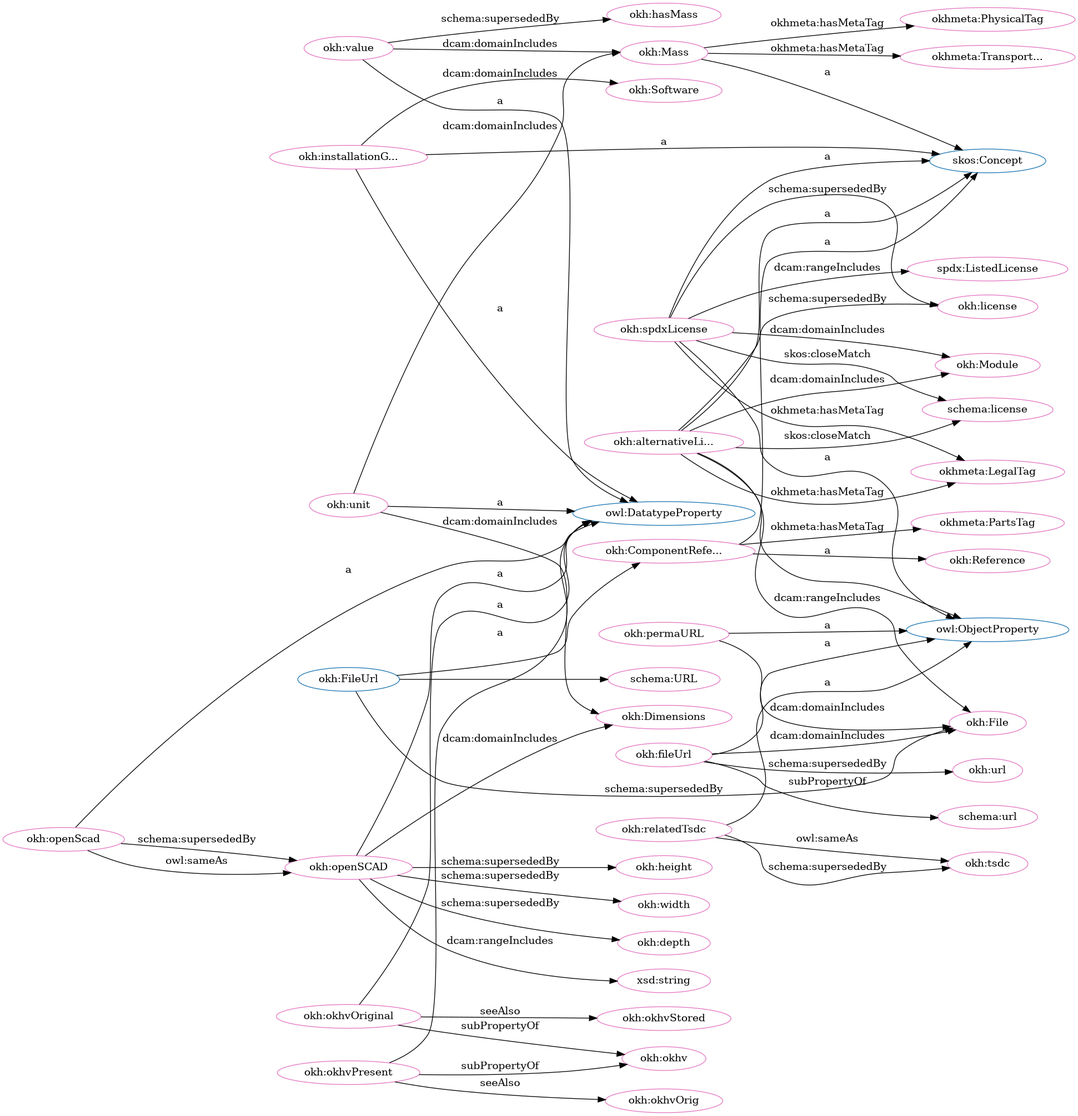
This is src/spec/dot_okh_deprecated.png from iop-alliance/OpenKnowHow, a Graphviz export, as it was before one commit. Its source is kept beside it as src/spec/dot_okh_deprecated.dot.
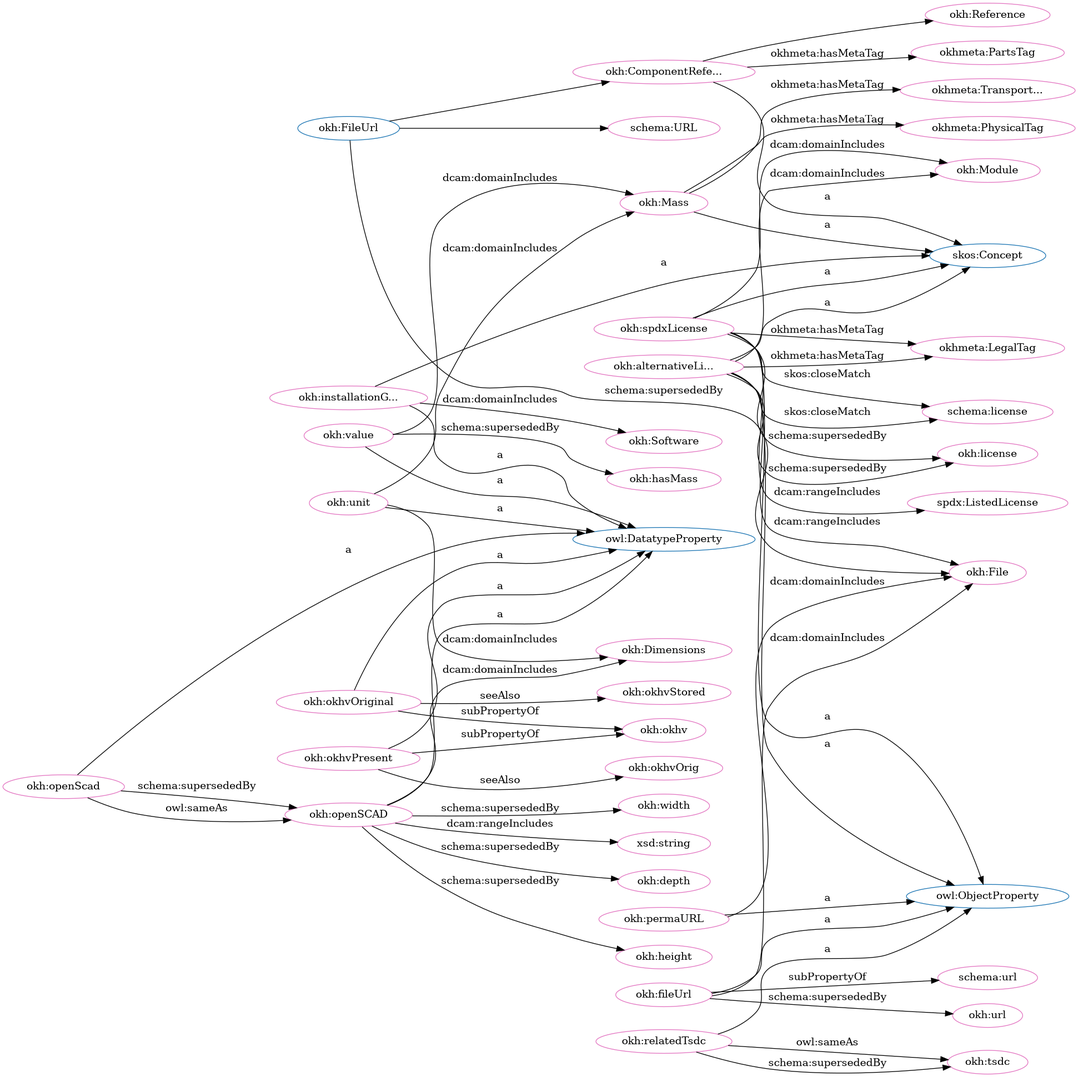
The same diagram one commit later.

Change to the diagram source:
```diff
@@ -1,106 +1,106 @@
 digraph G {
   rankdir=BT
   node[height=.3]
+"http://w3id.org/oseg/ont/okh#FileUrl" [fillcolor="#1f77b4" color="#1f77b4" label="okh:FileUrl"]
 "http://www.w3.org/2002/07/owl#DatatypeProperty" [fillcolor="#1f77b4" color="#1f77b4" label="owl:DatatypeProperty"]
-"http://w3id.org/oseg/ont/okh#Mass" [fillcolor="#1f77b4" color="#1f77b4" label="okh:Mass"]
+"http://schema.org/URL" [fillcolor="#1f77b4" color="#1f77b4" label="schema:URL"]
 "http://w3id.org/oseg/ont/okh#ComponentReference" [fillcolor="#1f77b4" color="#1f77b4" label="okh:ComponentRefe..."]
 "http://www.w3.org/2002/07/owl#ObjectProperty" [fillcolor="#1f77b4" color="#1f77b4" label="owl:ObjectProperty"]
-"http://w3id.org/oseg/ont/okh#FileUrl" [fillcolor="#1f77b4" color="#1f77b4" label="okh:FileUrl"]
-"http://schema.org/URL" [fillcolor="#1f77b4" color="#1f77b4" label="schema:URL"]
+"http://w3id.org/oseg/ont/okh#Mass" [fillcolor="#1f77b4" color="#1f77b4" label="okh:Mass"]
+"http://w3id.org/oseg/ont/okh#Reference" [fillcolor="#1f77b4" color="#1f77b4" label="okh:Reference"]
 "http://www.w3.org/2004/02/skos/core#Concept" [fillcolor="#1f77b4" color="#1f77b4" label="skos:Concept"]
-"http://w3id.org/oseg/ont/okh#Reference" [fillcolor="#1f77b4" color="#1f77b4" label="okh:Reference"]
-"http://w3id.org/oseg/ont/okhmetaTransportationTag" [fillcolor="#e377c2" color="#e377c2" label="okhmeta:Transport..."]
-"http://w3id.org/oseg/ont/okh#alternativeLicense" [fillcolor="#e377c2" color="#e377c2" label="okh:alternativeLi..."]
+"http://w3id.org/oseg/ont/okh#fileUrl" [fillcolor="#e377c2" color="#e377c2" label="okh:fileUrl"]
+"http://w3id.org/oseg/ont/okh#okhvOriginal" [fillcolor="#e377c2" color="#e377c2" label="okh:okhvOriginal"]
+"http://w3id.org/oseg/ont/okhmetaPartsTag" [fillcolor="#e377c2" color="#e377c2" label="okhmeta:PartsTag"]
+"http://spdx.org/rdf/terms#ListedLicense" [fillcolor="#e377c2" color="#e377c2" label="spdx:ListedLicense"]
+"http://w3id.org/oseg/ont/okh#height" [fillcolor="#e377c2" color="#e377c2" label="okh:height"]
+"http://w3id.org/oseg/ont/okh#Dimensions" [fillcolor="#e377c2" color="#e377c2" label="okh:Dimensions"]
 "http://w3id.org/oseg/ont/okh#File" [fillcolor="#e377c2" color="#e377c2" label="okh:File"]
-"http://w3id.org/oseg/ont/okh#tsdc" [fillcolor="#e377c2" color="#e377c2" label="okh:tsdc"]
+"http://w3id.org/oseg/ont/okh#okhv" [fillcolor="#e377c2" color="#e377c2" label="okh:okhv"]
+"http://w3id.org/oseg/ont/okh#Mass" [fillcolor="#e377c2" color="#e377c2" label="okh:Mass"]
+"http://schema.org/url" [fillcolor="#e377c2" color="#e377c2" label="schema:url"]
+"http://www.w3.org/2001/XMLSchema#string" [fillcolor="#e377c2" color="#e377c2" label="xsd:string"]
 "http://w3id.org/oseg/ont/okh#depth" [fillcolor="#e377c2" color="#e377c2" label="okh:depth"]
-"http://w3id.org/oseg/ont/okh#ComponentReference" [fillcolor="#e377c2" color="#e377c2" label="okh:ComponentRefe..."]
-"http://w3id.org/oseg/ont/okh#fileUrl" [fillcolor="#e377c2" color="#e377c2" label="okh:fileUrl"]
-"http://www.w3.org/2001/XMLSchema#string" [fillcolor="#e377c2" color="#e377c2" label="xsd:string"]
-"http://w3id.org/oseg/ont/okhmetaLegalTag" [fillcolor="#e377c2" color="#e377c2" label="okhmeta:LegalTag"]
-"http://w3id.org/oseg/ont/okh#value" [fillcolor="#e377c2" color="#e377c2" label="okh:value"]
-"http://w3id.org/oseg/ont/okh#installationGuide" [fillcolor="#e377c2" color="#e377c2" label="okh:installationG..."]
+"http://schema.org/license" [fillcolor="#e377c2" color="#e377c2" label="schema:license"]
+"http://schema.org/URL" [fillcolor="#e377c2" color="#e377c2" label="schema:URL"]
 "http://w3id.org/oseg/ont/okh#url" [fillcolor="#e377c2" color="#e377c2" label="okh:url"]
-"http://w3id.org/oseg/ont/okh#openSCAD" [fillcolor="#e377c2" color="#e377c2" label="okh:openSCAD"]
-"http://spdx.org/rdf/terms#ListedLicense" [fillcolor="#e377c2" color="#e377c2" label="spdx:ListedLicense"]
-"http://schema.org/license" [fillcolor="#e377c2" color="#e377c2" label="schema:license"]
-"http://w3id.org/oseg/ont/okh#Mass" [fillcolor="#e377c2" color="#e377c2" label="okh:Mass"]
-"http://w3id.org/oseg/ont/okhmetaPartsTag" [fillcolor="#e377c2" color="#e377c2" label="okhmeta:PartsTag"]
-"http://w3id.org/oseg/ont/okh#okhv" [fillcolor="#e377c2" color="#e377c2" label="okh:okhv"]
-"http://w3id.org/oseg/ont/okh#hasMass" [fillcolor="#e377c2" color="#e377c2" label="okh:hasMass"]
-"http://w3id.org/oseg/ont/okh#spdxLicense" [fillcolor="#e377c2" color="#e377c2" label="okh:spdxLicense"]
+"http://w3id.org/oseg/ont/okh#Reference" [fillcolor="#e377c2" color="#e377c2" label="okh:Reference"]
 "http://w3id.org/oseg/ont/okh#relatedTsdc" [fillcolor="#e377c2" color="#e377c2" label="okh:relatedTsdc"]
 "http://w3id.org/oseg/ont/okh#unit" [fillcolor="#e377c2" color="#e377c2" label="okh:unit"]
+"http://w3id.org/oseg/ont/okh#hasMass" [fillcolor="#e377c2" color="#e377c2" label="okh:hasMass"]
+"http://w3id.org/oseg/ont/okh#openSCAD" [fillcolor="#e377c2" color="#e377c2" label="okh:openSCAD"]
+"http://w3id.org/oseg/ont/okh#okhvPresent" [fillcolor="#e377c2" color="#e377c2" label="okh:okhvPresent"]
+"http://w3id.org/oseg/ont/okh#spdxLicense" [fillcolor="#e377c2" color="#e377c2" label="okh:spdxLicense"]
+"http://w3id.org/oseg/ont/okh#installationGuide" [fillcolor="#e377c2" color="#e377c2" label="okh:installationG..."]
+"http://w3id.org/oseg/ont/okhmetaLegalTag" [fillcolor="#e377c2" color="#e377c2" label="okhmeta:LegalTag"]
+"http://w3id.org/oseg/ont/okh#alternativeLicense" [fillcolor="#e377c2" color="#e377c2" label="okh:alternativeLi..."]
+"http://w3id.org/oseg/ont/okh#value" [fillcolor="#e377c2" color="#e377c2" label="okh:value"]
 "http://w3id.org/oseg/ont/okh#Module" [fillcolor="#e377c2" color="#e377c2" label="okh:Module"]
-"http://w3id.org/oseg/ont/okh#Dimensions" [fillcolor="#e377c2" color="#e377c2" label="okh:Dimensions"]
-"http://w3id.org/oseg/ont/okh#height" [fillcolor="#e377c2" color="#e377c2" label="okh:height"]
+"http://w3id.org/oseg/ont/okh#tsdc" [fillcolor="#e377c2" color="#e377c2" label="okh:tsdc"]
+"http://w3id.org/oseg/ont/okhmetaTransportationTag" [fillcolor="#e377c2" color="#e377c2" label="okhmeta:Transport..."]
+"http://w3id.org/oseg/ont/okh#okhvStored" [fillcolor="#e377c2" color="#e377c2" label="okh:okhvStored"]
+"http://w3id.org/oseg/ont/okh#license" [fillcolor="#e377c2" color="#e377c2" label="okh:license"]
+"http://w3id.org/oseg/ont/okhmetaPhysicalTag" [fillcolor="#e377c2" color="#e377c2" label="okhmeta:PhysicalTag"]
+"http://w3id.org/oseg/ont/okh#openScad" [fillcolor="#e377c2" color="#e377c2" label="okh:openScad"]
+"http://w3id.org/oseg/ont/okh#ComponentReference" [fillcolor="#e377c2" color="#e377c2" label="okh:ComponentRefe..."]
+"http://w3id.org/oseg/ont/okh#width" [fillcolor="#e377c2" color="#e377c2" label="okh:width"]
 "http://w3id.org/oseg/ont/okh#Software" [fillcolor="#e377c2" color="#e377c2" label="okh:Software"]
-"http://w3id.org/oseg/ont/okh#okhvStored" [fillcolor="#e377c2" color="#e377c2" label="okh:okhvStored"]
-"http://schema.org/url" [fillcolor="#e377c2" color="#e377c2" label="schema:url"]
-"http://w3id.org/oseg/ont/okh#width" [fillcolor="#e377c2" color="#e377c2" label="okh:width"]
-"http://w3id.org/oseg/ont/okh#Reference" [fillcolor="#e377c2" color="#e377c2" label="okh:Reference"]
-"http://w3id.org/oseg/ont/okh#okhvOriginal" [fillcolor="#e377c2" color="#e377c2" label="okh:okhvOriginal"]
-"http://schema.org/URL" [fillcolor="#e377c2" color="#e377c2" label="schema:URL"]
-"http://w3id.org/oseg/ont/okhmetaPhysicalTag" [fillcolor="#e377c2" color="#e377c2" label="okhmeta:PhysicalTag"]
 "http://w3id.org/oseg/ont/okh#permaURL" [fillcolor="#e377c2" color="#e377c2" label="okh:permaURL"]
-"http://w3id.org/oseg/ont/okh#license" [fillcolor="#e377c2" color="#e377c2" label="okh:license"]
 "http://w3id.org/oseg/ont/okh#okhvOrig" [fillcolor="#e377c2" color="#e377c2" label="okh:okhvOrig"]
-"http://w3id.org/oseg/ont/okh#openScad" [fillcolor="#e377c2" color="#e377c2" label="okh:openScad"]
-"http://w3id.org/oseg/ont/okh#okhvPresent" [fillcolor="#e377c2" color="#e377c2" label="okh:okhvPresent"]
+  "http://w3id.org/oseg/ont/okh#fileUrl" -> "http://www.w3.org/2002/07/owl#ObjectProperty" [label="a"]
+  "http://w3id.org/oseg/ont/okh#okhvOriginal" -> "http://www.w3.org/2002/07/owl#DatatypeProperty" [label="a"]
+  "http://w3id.org/oseg/ont/okh#ComponentReference" -> "http://w3id.org/oseg/ont/okhmetaPartsTag" [label="okhmeta:hasMetaTag"]
+  "http://w3id.org/oseg/ont/okh#spdxLicense" -> "http://spdx.org/rdf/terms#ListedLicense" [label="dcam:rangeIncludes"]
+  "http://w3id.org/oseg/ont/okh#openSCAD" -> "http://w3id.org/oseg/ont/okh#height" [label="schema:supersededBy"]
+  "http://w3id.org/oseg/ont/okh#openSCAD" -> "http://w3id.org/oseg/ont/okh#Dimensions" [label="dcam:domainIncludes"]
+  "http://w3id.org/oseg/ont/okh#alternativeLicense" -> "http://w3id.org/oseg/ont/okh#File" [label="dcam:rangeIncludes"]
+  "http://w3id.org/oseg/ont/okh#okhvOriginal" -> "http://w3id.org/oseg/ont/okh#okhv" [label="subPropertyOf"]
+  "http://w3id.org/oseg/ont/okh#Mass" -> "http://www.w3.org/2004/02/skos/core#Concept" [label="a"]
+  "http://w3id.org/oseg/ont/okh#fileUrl" -> "http://schema.org/url" [label="subPropertyOf"]
+  "http://w3id.org/oseg/ont/okh#openSCAD" -> "http://www.w3.org/2001/XMLSchema#string" [label="dcam:rangeIncludes"]
+  "http://w3id.org/oseg/ont/okh#openSCAD" -> "http://w3id.org/oseg/ont/okh#depth" [label="schema:supersededBy"]
+  "http://w3id.org/oseg/ont/okh#spdxLicense" -> "http://schema.org/license" [label="skos:closeMatch"]
+  "http://w3id.org/oseg/ont/okh#FileUrl" -> "http://schema.org/URL" [label=""]
+  "http://w3id.org/oseg/ont/okh#fileUrl" -> "http://w3id.org/oseg/ont/okh#url" [label="schema:supersededBy"]
+  "http://w3id.org/oseg/ont/okh#ComponentReference" -> "http://w3id.org/oseg/ont/okh#Reference" [label=""]
+  "http://w3id.org/oseg/ont/okh#relatedTsdc" -> "http://www.w3.org/2002/07/owl#ObjectProperty" [label="a"]
+  "http://w3id.org/oseg/ont/okh#unit" -> "http://www.w3.org/2002/07/owl#DatatypeProperty" [label="a"]
+  "http://w3id.org/oseg/ont/okh#permaURL" -> "http://w3id.org/oseg/ont/okh#File" [label="dcam:domainIncludes"]
+  "http://w3id.org/oseg/ont/okh#value" -> "http://w3id.org/oseg/ont/okh#Mass" [label="dcam:domainIncludes"]
+  "http://w3id.org/oseg/ont/okh#value" -> "http://w3id.org/oseg/ont/okh#hasMass" [label="schema:supersededBy"]
+  "http://w3id.org/oseg/ont/okh#openScad" -> "http://w3id.org/oseg/ont/okh#openSCAD" [label="owl:sameAs"]
+  "http://w3id.org/oseg/ont/okh#okhvPresent" -> "http://www.w3.org/2002/07/owl#DatatypeProperty" [label="a"]
+  "http://w3id.org/oseg/ont/okh#spdxLicense" -> "http://www.w3.org/2004/02/skos/core#Concept" [label="a"]
+  "http://w3id.org/oseg/ont/okh#installationGuide" -> "http://www.w3.org/2002/07/owl#DatatypeProperty" [label="a"]
+  "http://w3id.org/oseg/ont/okh#fileUrl" -> "http://w3id.org/oseg/ont/okh#File" [label="dcam:domainIncludes"]
+  "http://w3id.org/oseg/ont/okh#spdxLicense" -> "http://w3id.org/oseg/ont/okhmetaLegalTag" [label="okhmeta:hasMetaTag"]
+  "http://w3id.org/oseg/ont/okh#alternativeLicense" -> "http://schema.org/license" [label="skos:closeMatch"]
+  "http://w3id.org/oseg/ont/okh#openSCAD" -> "http://www.w3.org/2002/07/owl#DatatypeProperty" [label="a"]
+  "http://w3id.org/oseg/ont/okh#value" -> "http://www.w3.org/2002/07/owl#DatatypeProperty" [label="a"]
+  "http://w3id.org/oseg/ont/okh#alternativeLicense" -> "http://www.w3.org/2004/02/skos/core#Concept" [label="a"]
+  "http://w3id.org/oseg/ont/okh#alternativeLicense" -> "http://w3id.org/oseg/ont/okhmetaLegalTag" [label="okhmeta:hasMetaTag"]
+  "http://w3id.org/oseg/ont/okh#spdxLicense" -> "http://w3id.org/oseg/ont/okh#Module" [label="dcam:domainIncludes"]
+  "http://w3id.org/oseg/ont/okh#relatedTsdc" -> "http://w3id.org/oseg/ont/okh#tsdc" [label="schema:supersededBy"]
   "http://w3id.org/oseg/ont/okh#Mass" -> "http://w3id.org/oseg/ont/okhmetaTransportationTag" [label="okhmeta:hasMetaTag"]
+  "http://w3id.org/oseg/ont/okh#okhvOriginal" -> "http://w3id.org/oseg/ont/okh#okhvStored" [label="seeAlso"]
+  "http://w3id.org/oseg/ont/okh#FileUrl" -> "http://w3id.org/oseg/ont/okh#File" [label="schema:supersededBy"]
+  "http://w3id.org/oseg/ont/okh#unit" -> "http://w3id.org/oseg/ont/okh#Dimensions" [label="dcam:domainIncludes"]
+  "http://w3id.org/oseg/ont/okh#alternativeLicense" -> "http://w3id.org/oseg/ont/okh#license" [label="schema:supersededBy"]
+  "http://w3id.org/oseg/ont/okh#alternativeLicense" -> "http://w3id.org/oseg/ont/okh#Module" [label="dcam:domainIncludes"]
+  "http://w3id.org/oseg/ont/okh#spdxLicense" -> "http://www.w3.org/2002/07/owl#ObjectProperty" [label="a"]
+  "http://w3id.org/oseg/ont/okh#Mass" -> "http://w3id.org/oseg/ont/okhmetaPhysicalTag" [label="okhmeta:hasMetaTag"]
+  "http://w3id.org/oseg/ont/okh#okhvPresent" -> "http://w3id.org/oseg/ont/okh#okhv" [label="subPropertyOf"]
+  "http://w3id.org/oseg/ont/okh#openScad" -> "http://www.w3.org/2002/07/owl#DatatypeProperty" [label="a"]
+  "http://w3id.org/oseg/ont/okh#openScad" -> "http://w3id.org/oseg/ont/okh#openSCAD" [label="schema:supersededBy"]
   "http://w3id.org/oseg/ont/okh#alternativeLicense" -> "http://www.w3.org/2002/07/owl#ObjectProperty" [label="a"]
-  "http://w3id.org/oseg/ont/okh#fileUrl" -> "http://w3id.org/oseg/ont/okh#File" [label="dcam:domainIncludes"]
-  "http://w3id.org/oseg/ont/okh#relatedTsdc" -> "http://w3id.org/oseg/ont/okh#tsdc" [label="schema:supersededBy"]
-  "http://w3id.org/oseg/ont/okh#openSCAD" -> "http://w3id.org/oseg/ont/okh#depth" [label="schema:supersededBy"]
+  "http://w3id.org/oseg/ont/okh#spdxLicense" -> "http://w3id.org/oseg/ont/okh#license" [label="schema:supersededBy"]
   "http://w3id.org/oseg/ont/okh#relatedTsdc" -> "http://w3id.org/oseg/ont/okh#tsdc" [label="owl:sameAs"]
   "http://w3id.org/oseg/ont/okh#FileUrl" -> "http://w3id.org/oseg/ont/okh#ComponentReference" [label=""]
-  "http://w3id.org/oseg/ont/okh#fileUrl" -> "http://www.w3.org/2002/07/owl#ObjectProperty" [label="a"]
-  "http://w3id.org/oseg/ont/okh#openSCAD" -> "http://www.w3.org/2001/XMLSchema#string" [label="dcam:rangeIncludes"]
-  "http://w3id.org/oseg/ont/okh#spdxLicense" -> "http://w3id.org/oseg/ont/okhmetaLegalTag" [label="okhmeta:hasMetaTag"]
-  "http://w3id.org/oseg/ont/okh#value" -> "http://www.w3.org/2002/07/owl#DatatypeProperty" [label="a"]
-  "http://w3id.org/oseg/ont/okh#installationGuide" -> "http://www.w3.org/2002/07/owl#DatatypeProperty" [label="a"]
-  "http://w3id.org/oseg/ont/okh#fileUrl" -> "http://w3id.org/oseg/ont/okh#url" [label="schema:supersededBy"]
-  "http://w3id.org/oseg/ont/okh#openSCAD" -> "http://www.w3.org/2002/07/owl#DatatypeProperty" [label="a"]
-  "http://w3id.org/oseg/ont/okh#spdxLicense" -> "http://spdx.org/rdf/terms#ListedLicense" [label="dcam:rangeIncludes"]
-  "http://w3id.org/oseg/ont/okh#alternativeLicense" -> "http://schema.org/license" [label="skos:closeMatch"]
-  "http://w3id.org/oseg/ont/okh#Mass" -> "http://www.w3.org/2004/02/skos/core#Concept" [label="a"]
-  "http://w3id.org/oseg/ont/okh#ComponentReference" -> "http://w3id.org/oseg/ont/okhmetaPartsTag" [label="okhmeta:hasMetaTag"]
-  "http://w3id.org/oseg/ont/okh#value" -> "http://w3id.org/oseg/ont/okh#Mass" [label="dcam:domainIncludes"]
-  "http://w3id.org/oseg/ont/okh#okhvPresent" -> "http://w3id.org/oseg/ont/okh#okhv" [label="subPropertyOf"]
-  "http://w3id.org/oseg/ont/okh#value" -> "http://w3id.org/oseg/ont/okh#hasMass" [label="schema:supersededBy"]
-  "http://w3id.org/oseg/ont/okh#spdxLicense" -> "http://www.w3.org/2002/07/owl#ObjectProperty" [label="a"]
-  "http://w3id.org/oseg/ont/okh#relatedTsdc" -> "http://www.w3.org/2002/07/owl#ObjectProperty" [label="a"]
-  "http://w3id.org/oseg/ont/okh#unit" -> "http://www.w3.org/2002/07/owl#DatatypeProperty" [label="a"]
-  "http://w3id.org/oseg/ont/okh#okhvOriginal" -> "http://w3id.org/oseg/ont/okh#okhv" [label="subPropertyOf"]
-  "http://w3id.org/oseg/ont/okh#openScad" -> "http://w3id.org/oseg/ont/okh#openSCAD" [label="owl:sameAs"]
+  "http://w3id.org/oseg/ont/okh#openSCAD" -> "http://w3id.org/oseg/ont/okh#width" [label="schema:supersededBy"]
+  "http://w3id.org/oseg/ont/okh#ComponentReference" -> "http://www.w3.org/2004/02/skos/core#Concept" [label="a"]
   "http://w3id.org/oseg/ont/okh#unit" -> "http://w3id.org/oseg/ont/okh#Mass" [label="dcam:domainIncludes"]
-  "http://w3id.org/oseg/ont/okh#spdxLicense" -> "http://schema.org/license" [label="skos:closeMatch"]
-  "http://w3id.org/oseg/ont/okh#alternativeLicense" -> "http://w3id.org/oseg/ont/okh#Module" [label="dcam:domainIncludes"]
-  "http://w3id.org/oseg/ont/okh#openSCAD" -> "http://w3id.org/oseg/ont/okh#Dimensions" [label="dcam:domainIncludes"]
+  "http://w3id.org/oseg/ont/okh#installationGuide" -> "http://w3id.org/oseg/ont/okh#Software" [label="dcam:domainIncludes"]
+  "http://w3id.org/oseg/ont/okh#permaURL" -> "http://www.w3.org/2002/07/owl#ObjectProperty" [label="a"]
+  "http://w3id.org/oseg/ont/okh#okhvPresent" -> "http://w3id.org/oseg/ont/okh#okhvOrig" [label="seeAlso"]
   "http://w3id.org/oseg/ont/okh#installationGuide" -> "http://www.w3.org/2004/02/skos/core#Concept" [label="a"]
-  "http://w3id.org/oseg/ont/okh#openSCAD" -> "http://w3id.org/oseg/ont/okh#height" [label="schema:supersededBy"]
-  "http://w3id.org/oseg/ont/okh#installationGuide" -> "http://w3id.org/oseg/ont/okh#Software" [label="dcam:domainIncludes"]
-  "http://w3id.org/oseg/ont/okh#alternativeLicense" -> "http://w3id.org/oseg/ont/okh#File" [label="dcam:rangeIncludes"]
-  "http://w3id.org/oseg/ont/okh#ComponentReference" -> "http://www.w3.org/2004/02/skos/core#Concept" [label="a"]
-  "http://w3id.org/oseg/ont/okh#unit" -> "http://w3id.org/oseg/ont/okh#Dimensions" [label="dcam:domainIncludes"]
-  "http://w3id.org/oseg/ont/okh#okhvOriginal" -> "http://w3id.org/oseg/ont/okh#okhvStored" [label="seeAlso"]
-  "http://w3id.org/oseg/ont/okh#fileUrl" -> "http://schema.org/url" [label="subPropertyOf"]
-  "http://w3id.org/oseg/ont/okh#openSCAD" -> "http://w3id.org/oseg/ont/okh#width" [label="schema:supersededBy"]
-  "http://w3id.org/oseg/ont/okh#openScad" -> "http://w3id.org/oseg/ont/okh#openSCAD" [label="schema:supersededBy"]
-  "http://w3id.org/oseg/ont/okh#ComponentReference" -> "http://w3id.org/oseg/ont/okh#Reference" [label=""]
-  "http://w3id.org/oseg/ont/okh#spdxLicense" -> "http://w3id.org/oseg/ont/okh#Module" [label="dcam:domainIncludes"]
-  "http://w3id.org/oseg/ont/okh#FileUrl" -> "http://w3id.org/oseg/ont/okh#File" [label="schema:supersededBy"]
-  "http://w3id.org/oseg/ont/okh#permaURL" -> "http://w3id.org/oseg/ont/okh#File" [label="dcam:domainIncludes"]
-  "http://w3id.org/oseg/ont/okh#alternativeLicense" -> "http://www.w3.org/2004/02/skos/core#Concept" [label="a"]
-  "http://w3id.org/oseg/ont/okh#okhvOriginal" -> "http://www.w3.org/2002/07/owl#DatatypeProperty" [label="a"]
-  "http://w3id.org/oseg/ont/okh#FileUrl" -> "http://schema.org/URL" [label=""]
-  "http://w3id.org/oseg/ont/okh#spdxLicense" -> "http://www.w3.org/2004/02/skos/core#Concept" [label="a"]
-  "http://w3id.org/oseg/ont/okh#Mass" -> "http://w3id.org/oseg/ont/okhmetaPhysicalTag" [label="okhmeta:hasMetaTag"]
-  "http://w3id.org/oseg/ont/okh#permaURL" -> "http://www.w3.org/2002/07/owl#ObjectProperty" [label="a"]
-  "http://w3id.org/oseg/ont/okh#alternativeLicense" -> "http://w3id.org/oseg/ont/okhmetaLegalTag" [label="okhmeta:hasMetaTag"]
-  "http://w3id.org/oseg/ont/okh#alternativeLicense" -> "http://w3id.org/oseg/ont/okh#license" [label="schema:supersededBy"]
-  "http://w3id.org/oseg/ont/okh#okhvPresent" -> "http://w3id.org/oseg/ont/okh#okhvOrig" [label="seeAlso"]
-  "http://w3id.org/oseg/ont/okh#openScad" -> "http://www.w3.org/2002/07/owl#DatatypeProperty" [label="a"]
-  "http://w3id.org/oseg/ont/okh#spdxLicense" -> "http://w3id.org/oseg/ont/okh#license" [label="schema:supersededBy"]
-  "http://w3id.org/oseg/ont/okh#okhvPresent" -> "http://www.w3.org/2002/07/owl#DatatypeProperty" [label="a"]
 }
```
